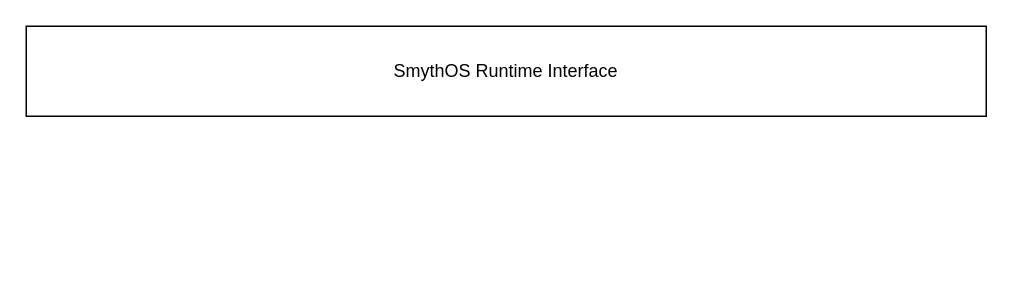
This is MBSE/CAS/Drawio/smyth-runtime-environment.drawio from robotics-intelligent-systems/jfxai4arch, a draw.io file, before an edit. Source tidied: cells renumbered, new cells numbered last; positions are measured from the earlier drawing's top-left corner, leaving out a move shared by most shapes. Both pictures are drawn from the tidied source at 150%, with x=0, y=0 at pixel (26, 26).
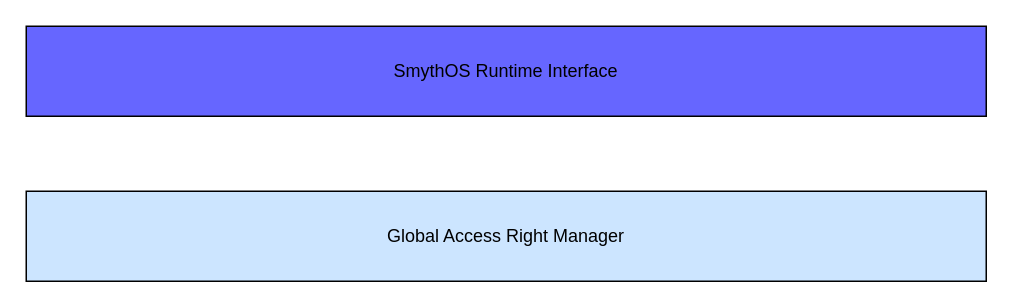
After the change.

Commit message:
[fix] Including access block

What changed in the source:
```diff
@@
 <mxGraphModel>
   <root>
     <mxCell id="0" />
     <mxCell id="1" parent="0" />
-    <mxCell id="2" value="SmythOS Runtime Interface" style="rounded=0;whiteSpace=wrap;html=1;" parent="1" vertex="1">
+    <mxCell id="2" value="SmythOS Runtime Interface" style="rounded=0;whiteSpace=wrap;html=1;fillColor=#6666FF;" parent="1" vertex="1">
       <mxGeometry width="640" height="60" as="geometry" />
     </mxCell>
+    <mxCell id="3" value="Global Access Right Manager" style="rounded=0;whiteSpace=wrap;html=1;fillColor=#CCE5FF;" parent="1" vertex="1">
+      <mxGeometry y="110" width="640" height="60" as="geometry" />
+    </mxCell>
   </root>
 </mxGraphModel>
```
